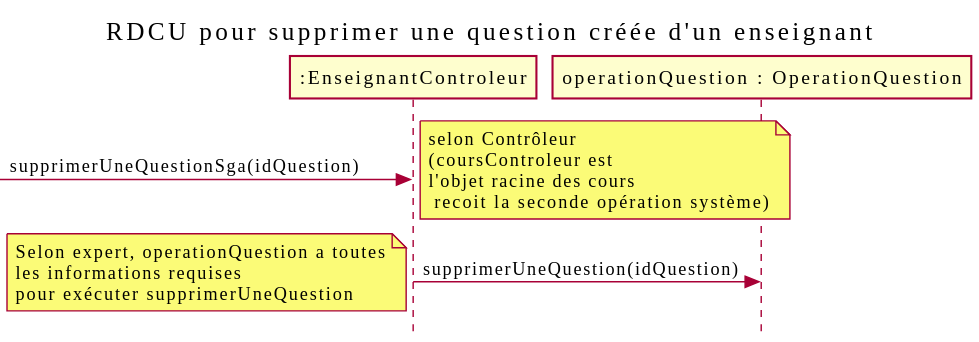
Before: out/docs/Supprimer question/RDCU_Supprimer_Question/supprimerUneQuestionFinal.svg, a diagram exported from PlantUML (nerdz88/SGA-TS).
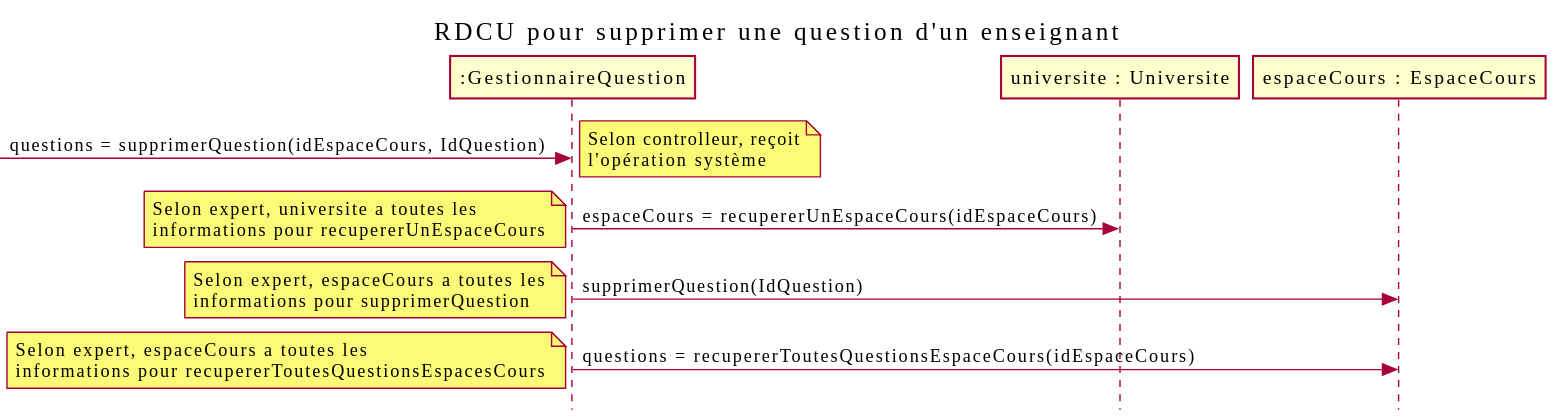
The same file after the commit.

Change to the diagram source:
```diff
@@ -1,11 +1,16 @@
 @startuml
 skinparam style strictuml
 skinparam defaultfontname Verdana
-title RDCU pour supprimer une question créée d'un enseignant
-participant ":EnseignantControleur" as controleur
-participant "operationQuestion : OperationQuestion" as opQuestion
-->controleur : supprimerUneQuestionSga(idQuestion)
-note right : selon Contrôleur\n(coursControleur est\nl'objet racine des cours\n recoit la seconde opération système)
-controleur -> opQuestion : supprimerUneQuestion(idQuestion)
-note left : Selon expert, operationQuestion a toutes\nles informations requises\npour exécuter supprimerUneQuestion
+title RDCU pour supprimer une question d'un enseignant
+participant ":GestionnaireQuestion" as gestionQ
+participant "universite : Universite" as universite
+participant "espaceCours : EspaceCours" as cours
+-> gestionQ : questions = supprimerQuestion(idEspaceCours, IdQuestion)
+note left : Selon controlleur, reçoit\nl'opération système
+gestionQ -> universite : espaceCours = recupererUnEspaceCours(idEspaceCours)
+note left : Selon expert, universite a toutes les\ninformations pour recupererUnEspaceCours
+gestionQ -> cours : supprimerQuestion(IdQuestion)
+note left : Selon expert, espaceCours a toutes les\ninformations pour supprimerQuestion
+gestionQ -> cours : questions = recupererToutesQuestionsEspaceCours(idEspaceCours)
+note left : Selon expert, espaceCours a toutes les\ninformations pour recupererToutesQuestionsEspacesCours
 @enduml
```
